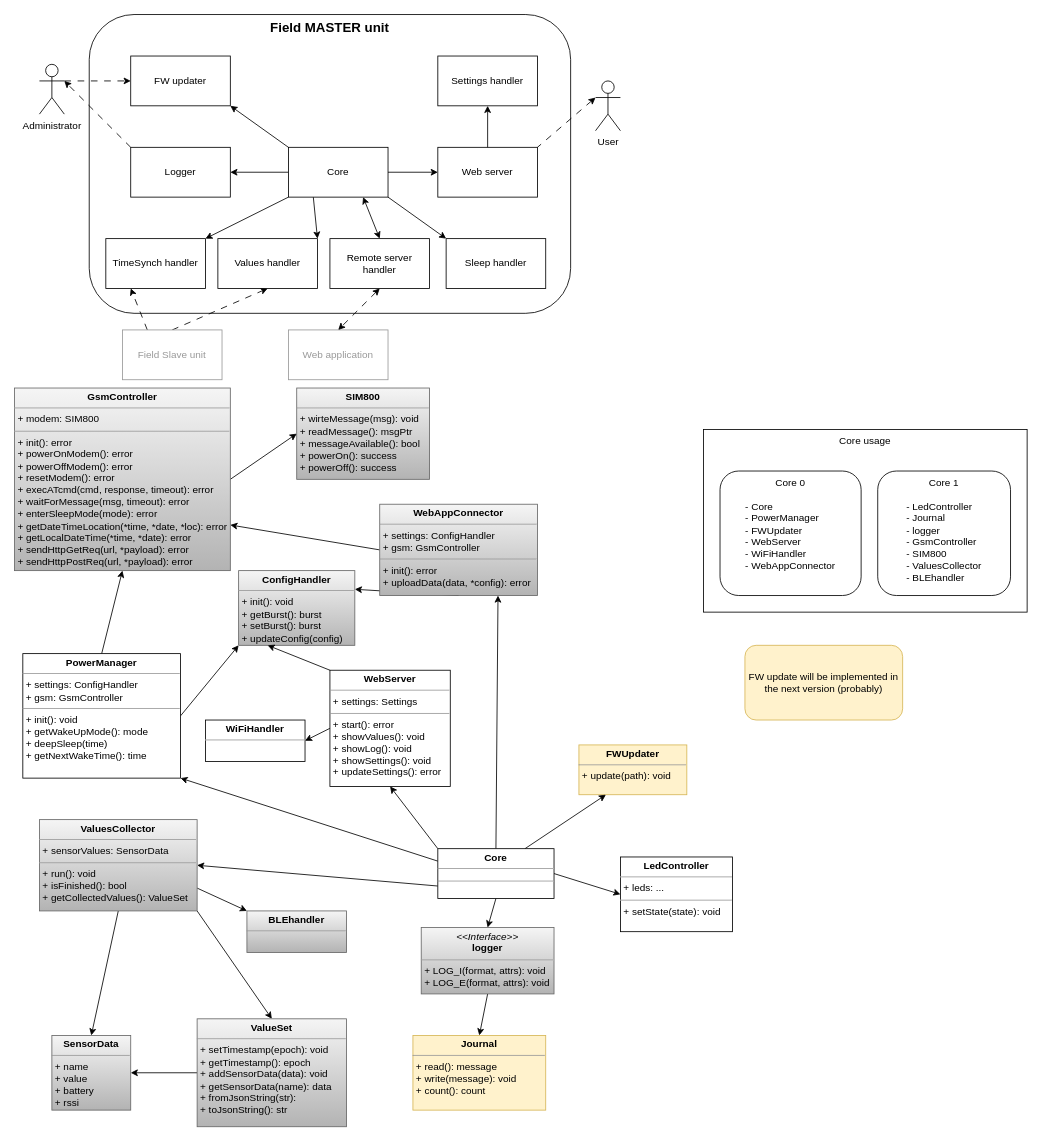
Above: page "Master unit" (7 of 7) of docs/Apiary_charts_and_views.drawio in Barabas19/Apiary_system (draw.io), before the change. Source tidied: cells renumbered, new cells numbered last; positions are measured from the earlier drawing's top-left corner, leaving out a move shared by most shapes. Both pictures are drawn from the tidied source at 83%, with x=0, y=0 at pixel (14, 14).
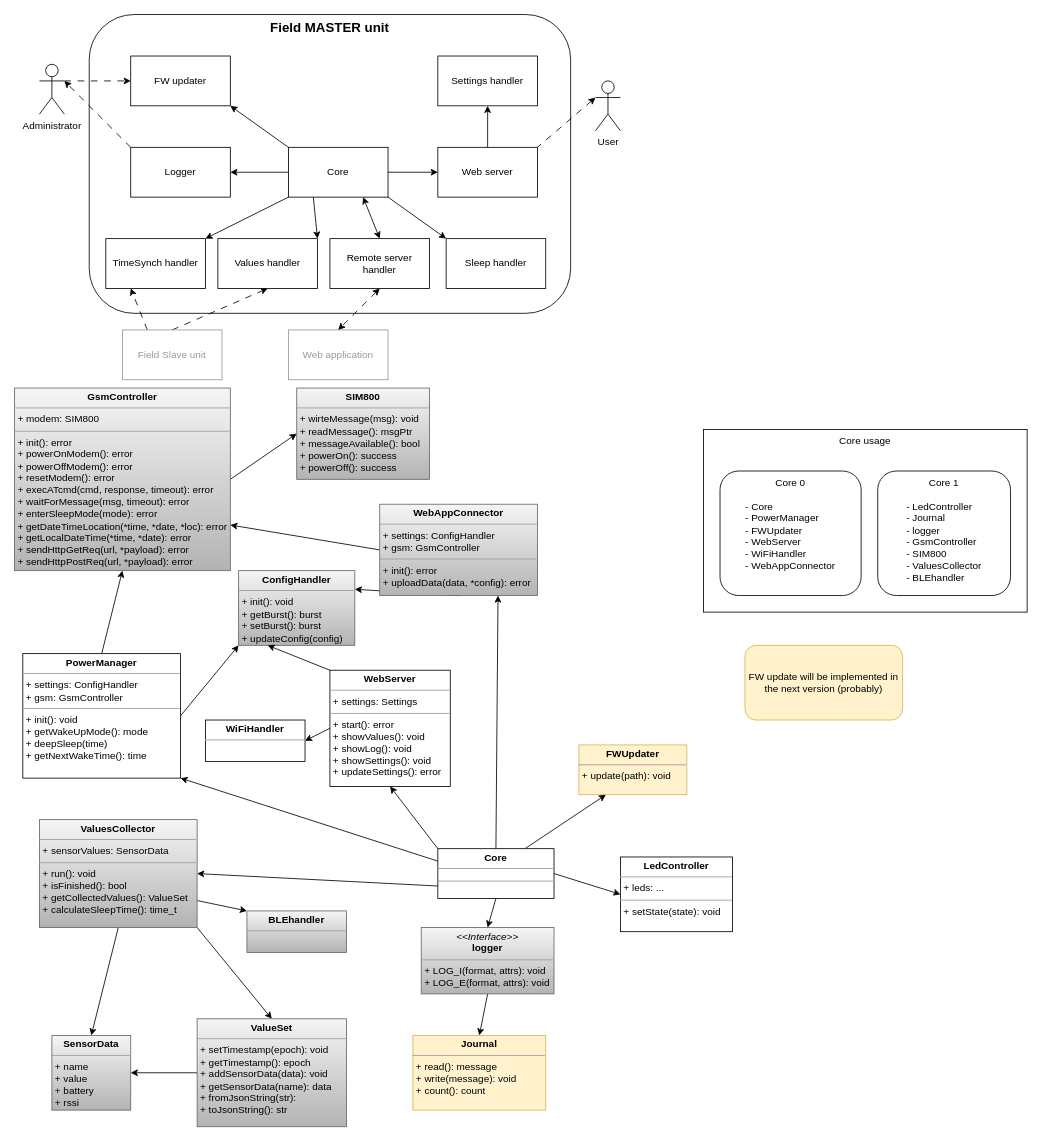
The same page after the edit.

What changed in the source:
```diff
@@
-    <mxCell id="45" value="&lt;p style=&quot;margin:0px;margin-top:4px;text-align:center;&quot;&gt;&lt;b style=&quot;border-color: var(--border-color);&quot;&gt;ValuesCollector&lt;/b&gt;&lt;br&gt;&lt;/p&gt;&lt;hr size=&quot;1&quot;&gt;&lt;p style=&quot;margin:0px;margin-left:4px;&quot;&gt;&lt;span style=&quot;background-color: initial;&quot;&gt;+ sensorValues: SensorData&lt;/span&gt;&lt;br&gt;&lt;/p&gt;&lt;hr size=&quot;1&quot;&gt;&lt;p style=&quot;border-color: var(--border-color); margin: 0px 0px 0px 4px;&quot;&gt;+ run(): void&lt;/p&gt;&lt;p style=&quot;margin:0px;margin-left:4px;&quot;&gt;+ isFinished(): bool&lt;/p&gt;&lt;p style=&quot;margin:0px;margin-left:4px;&quot;&gt;&lt;span style=&quot;background-color: initial;&quot;&gt;+ getCollectedValues(): ValueSet&lt;/span&gt;&lt;br&gt;&lt;/p&gt;" style="verticalAlign=top;align=left;overflow=fill;fontSize=12;fontFamily=Helvetica;html=1;whiteSpace=wrap;fillColor=#f5f5f5;gradientColor=#b3b3b3;strokeColor=#666666;" parent="1" vertex="1">
-      <mxGeometry x="30" y="970" width="190" height="110" as="geometry" />
+    <mxCell id="45" value="&lt;p style=&quot;margin:0px;margin-top:4px;text-align:center;&quot;&gt;&lt;b style=&quot;border-color: var(--border-color);&quot;&gt;ValuesCollector&lt;/b&gt;&lt;br&gt;&lt;/p&gt;&lt;hr size=&quot;1&quot;&gt;&lt;p style=&quot;margin:0px;margin-left:4px;&quot;&gt;&lt;span style=&quot;background-color: initial;&quot;&gt;+ sensorValues: SensorData&lt;/span&gt;&lt;br&gt;&lt;/p&gt;&lt;hr size=&quot;1&quot;&gt;&lt;p style=&quot;border-color: var(--border-color); margin: 0px 0px 0px 4px;&quot;&gt;+ run(): void&lt;/p&gt;&lt;p style=&quot;margin:0px;margin-left:4px;&quot;&gt;+ isFinished(): bool&lt;/p&gt;&lt;p style=&quot;margin:0px;margin-left:4px;&quot;&gt;&lt;span style=&quot;background-color: initial;&quot;&gt;+ getCollectedValues(): ValueSet&lt;/span&gt;&lt;br&gt;&lt;/p&gt;&lt;p style=&quot;margin:0px;margin-left:4px;&quot;&gt;&lt;span style=&quot;background-color: initial;&quot;&gt;+ calculateSleepTime(): time_t&lt;/span&gt;&lt;/p&gt;" style="verticalAlign=top;align=left;overflow=fill;fontSize=12;fontFamily=Helvetica;html=1;whiteSpace=wrap;fillColor=#f5f5f5;gradientColor=#b3b3b3;strokeColor=#666666;" parent="1" vertex="1">
+      <mxGeometry x="30" y="970" width="190" height="130" as="geometry" />
     </mxCell>
```
